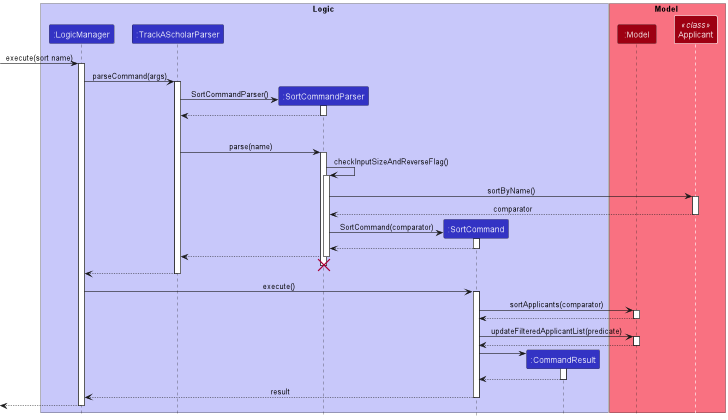
Earlier version of the PlantUML export docs/images/SortSequenceDiagram.png (nus-cs2103-AY2223S1/tp).
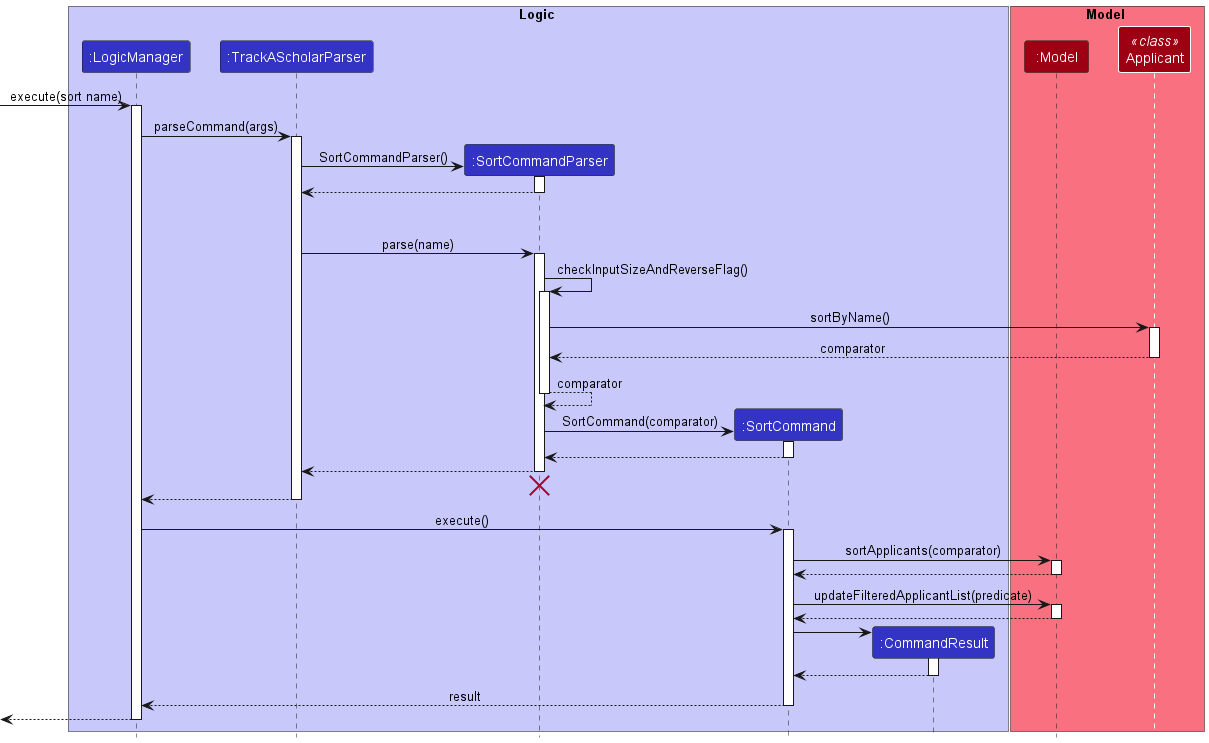
After the change.

What changed in the source:
```diff
@@ -44,6 +44,9 @@
 Applicant --> SortCommandParser : comparator
 deactivate Applicant
 
+SortCommandParser --> SortCommandParser : comparator
+deactivate SortCommandParser
+
 create SortCommand
 SortCommandParser -> SortCommand : SortCommand(comparator)
 activate SortCommand
```
